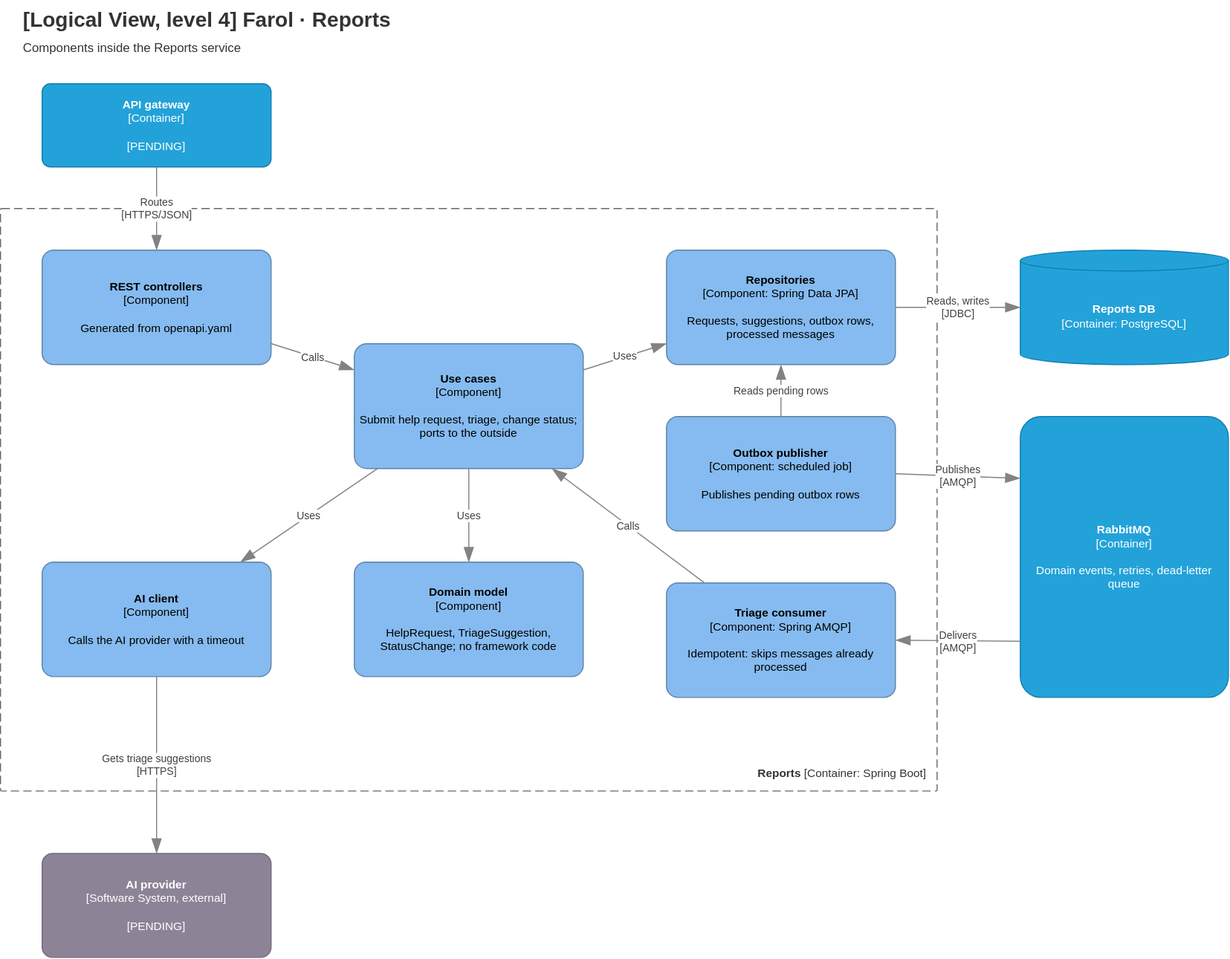
This is Docs/Technical/diagrams/logical-view-level-4-reports.drawio.svg from tomasoliveira21/LABDSOF, a draw.io export, as it was before one commit. Source tidied: cells renumbered, new cells last; positions are measured from the earlier drawing's top-left corner, leaving out a move shared by most shapes.
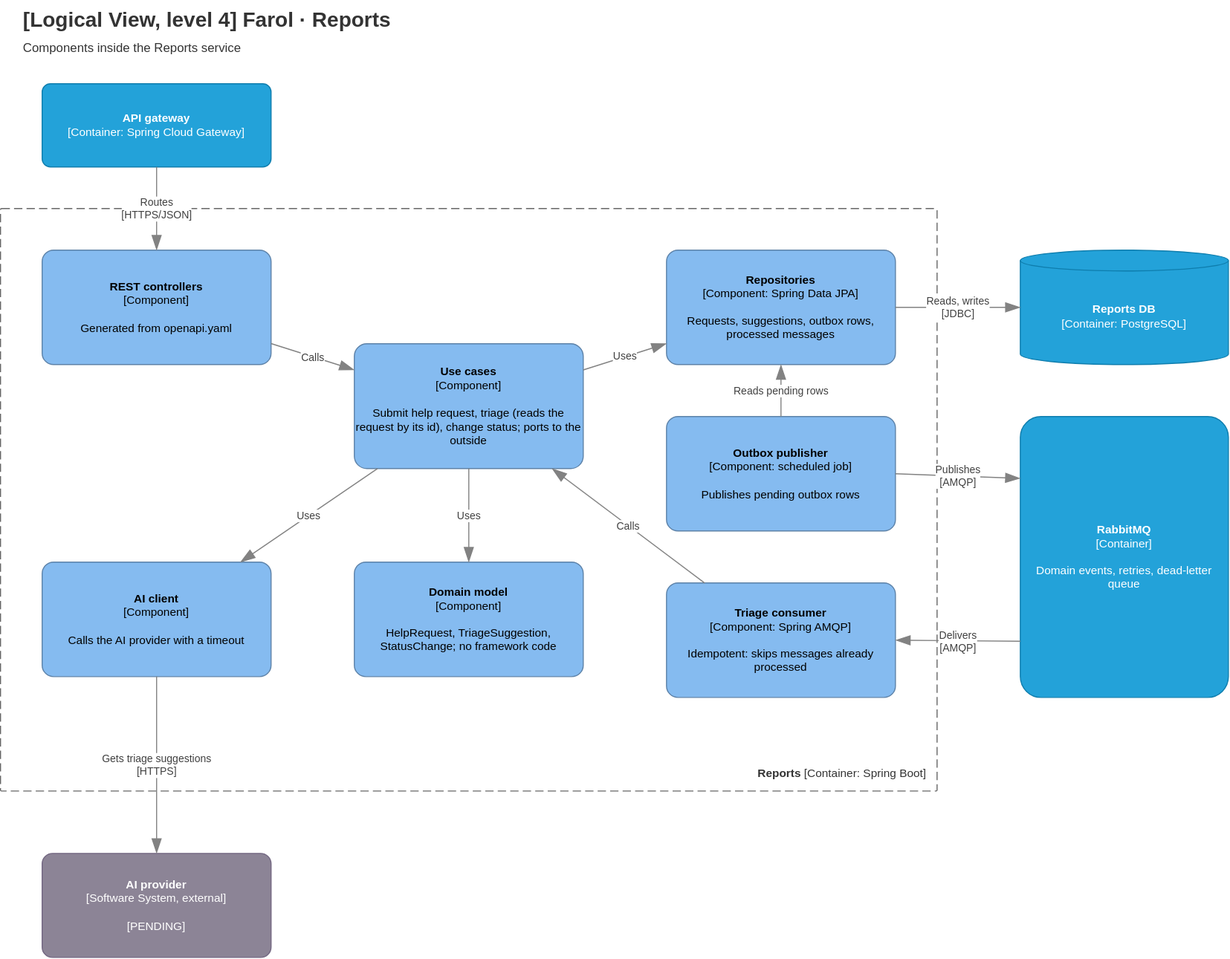
The same diagram one commit later.

Change to the diagram source:
```diff
@@ -5,7 +5,7 @@
     <mxCell id="2" value="&lt;b&gt;[Logical View, level 4] Farol · Reports&lt;/b&gt;&lt;br&gt;&lt;font style=&quot;font-size:12px&quot;&gt;Components inside the Reports service&lt;/font&gt;" style="text;html=1;align=left;verticalAlign=top;fontSize=20;fontColor=#333333;" parent="1" vertex="1">
       <mxGeometry x="20" width="1000" height="60" as="geometry" />
     </mxCell>
-    <mxCell id="3" value="&lt;b&gt;API gateway&lt;/b&gt;&lt;div&gt;[Container]&lt;/div&gt;&lt;br&gt;&lt;div&gt;[PENDING]&lt;/div&gt;" style="rounded=1;whiteSpace=wrap;html=1;fillColor=#23A2D9;fontColor=#ffffff;arcSize=10;strokeColor=#0E7DAD;fontSize=11;" parent="1" vertex="1">
+    <mxCell id="3" value="&lt;b&gt;API gateway&lt;/b&gt;&lt;div&gt;[Container: Spring Cloud Gateway]&lt;/div&gt;" style="rounded=1;whiteSpace=wrap;html=1;fillColor=#23A2D9;fontColor=#ffffff;arcSize=10;strokeColor=#0E7DAD;fontSize=11;" parent="1" vertex="1">
       <mxGeometry x="40" y="80" width="220" height="80" as="geometry" />
     </mxCell>
     <mxCell id="4" value="&lt;b&gt;Reports&lt;/b&gt; [Container: Spring Boot]" style="rounded=1;arcSize=2;absoluteArcSize=1;whiteSpace=wrap;html=1;dashed=1;dashPattern=8 4;fillColor=none;strokeColor=#666666;fontColor=#333333;align=right;verticalAlign=bottom;spacing=10;fontSize=11;" parent="1" vertex="1">
@@ -14,7 +14,7 @@
     <mxCell id="5" value="&lt;b&gt;REST controllers&lt;/b&gt;&lt;div&gt;[Component]&lt;/div&gt;&lt;br&gt;&lt;div&gt;Generated from openapi.yaml&lt;/div&gt;" style="rounded=1;whiteSpace=wrap;html=1;fillColor=#85BBF0;fontColor=#000000;arcSize=10;strokeColor=#5D82A8;fontSize=11;" parent="1" vertex="1">
       <mxGeometry x="40" y="240" width="220" height="110" as="geometry" />
     </mxCell>
-    <mxCell id="6" value="&lt;b&gt;Use cases&lt;/b&gt;&lt;div&gt;[Component]&lt;/div&gt;&lt;br&gt;&lt;div&gt;Submit help request, triage, change status; ports to the outside&lt;/div&gt;" style="rounded=1;whiteSpace=wrap;html=1;fillColor=#85BBF0;fontColor=#000000;arcSize=10;strokeColor=#5D82A8;fontSize=11;" parent="1" vertex="1">
+    <mxCell id="6" value="&lt;b&gt;Use cases&lt;/b&gt;&lt;div&gt;[Component]&lt;/div&gt;&lt;br&gt;&lt;div&gt;Submit help request, triage (reads the request by its id), change status; ports to the outside&lt;/div&gt;" style="rounded=1;whiteSpace=wrap;html=1;fillColor=#85BBF0;fontColor=#000000;arcSize=10;strokeColor=#5D82A8;fontSize=11;" parent="1" vertex="1">
       <mxGeometry x="340" y="330" width="220" height="120" as="geometry" />
     </mxCell>
     <mxCell id="7" value="&lt;b&gt;AI client&lt;/b&gt;&lt;div&gt;[Component]&lt;/div&gt;&lt;br&gt;&lt;div&gt;Calls the AI provider with a timeout&lt;/div&gt;" style="rounded=1;whiteSpace=wrap;html=1;fillColor=#85BBF0;fontColor=#000000;arcSize=10;strokeColor=#5D82A8;fontSize=11;" parent="1" vertex="1">
```
